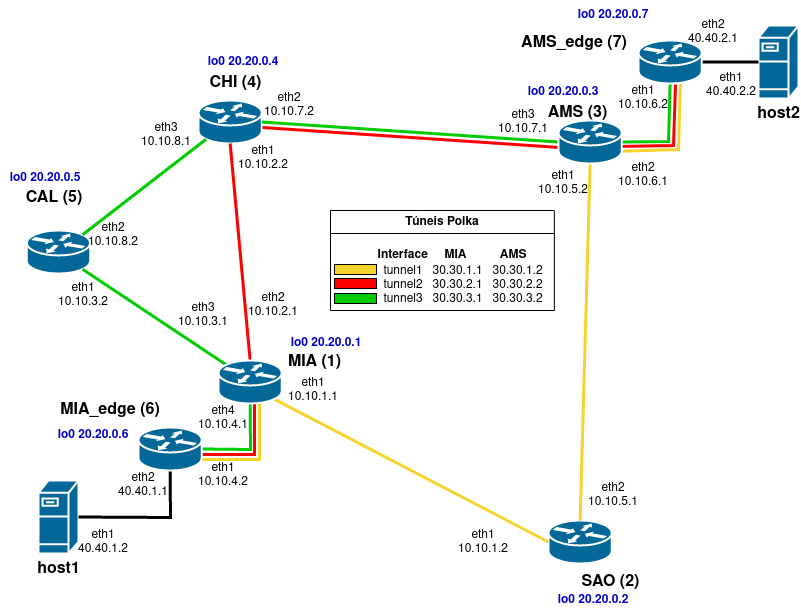
Before: artigo/test3/topologia3.png, a diagram exported from draw.io (domingosparaiso/artigo-polka). Source tidied: cells renumbered, new cells last; positions are measured from the earlier drawing's top-left corner, leaving out a move shared by most shapes.
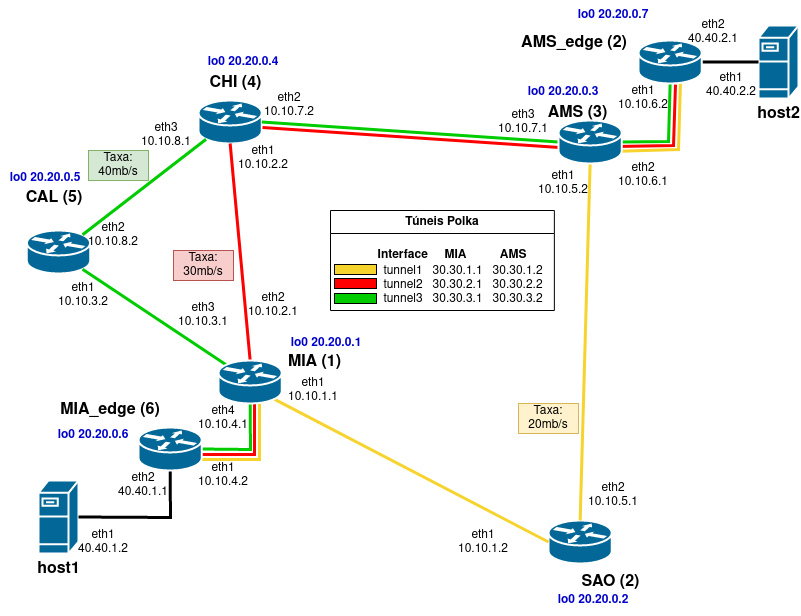
The same file after the commit.

Change to the diagram source:
```diff
@@ -59,7 +59,7 @@
     <mxCell id="16" style="endArrow=none;html=1;rounded=0;entryX=1;entryY=0.5;entryDx=0;entryDy=0;entryPerimeter=0;exitX=0;exitY=0.5;exitDx=0;exitDy=0;exitPerimeter=0;strokeWidth=3;" parent="1" edge="1" source="14" target="57">
       <mxGeometry relative="1" as="geometry" />
     </mxCell>
-    <mxCell id="17" value="AMS_edge (7)" style="text;html=1;strokeColor=none;fillColor=none;align=center;verticalAlign=middle;whiteSpace=wrap;rounded=0;fontStyle=1;fontSize=16;" parent="1" vertex="1">
+    <mxCell id="17" value="AMS_edge (2)" style="text;html=1;strokeColor=none;fillColor=none;align=center;verticalAlign=middle;whiteSpace=wrap;rounded=0;fontStyle=1;fontSize=16;" parent="1" vertex="1">
       <mxGeometry x="510" y="25" width="128" height="35" as="geometry" />
     </mxCell>
     <mxCell id="18" value="AMS (3)" style="text;html=1;strokeColor=none;fillColor=none;align=center;verticalAlign=middle;whiteSpace=wrap;rounded=0;fontStyle=1;fontSize=16;" parent="1" vertex="1">
@@ -232,5 +232,14 @@
     <mxCell id="65" style="rounded=0;whiteSpace=wrap;html=1;fillColor=#00CC00;" parent="1" vertex="1">
       <mxGeometry x="334" y="293" width="42" height="10" as="geometry" />
     </mxCell>
+    <mxCell id="66" value="Taxa: 20mb/s" style="text;html=1;strokeColor=#d6b656;fillColor=#fff2cc;align=center;verticalAlign=middle;whiteSpace=wrap;rounded=0;" parent="1" vertex="1">
+      <mxGeometry x="518" y="403" width="60" height="30" as="geometry" />
+    </mxCell>
+    <mxCell id="67" value="Taxa: 30mb/s" style="text;html=1;strokeColor=#b85450;fillColor=#f8cecc;align=center;verticalAlign=middle;whiteSpace=wrap;rounded=0;" parent="1" vertex="1">
+      <mxGeometry x="173" y="250" width="60" height="30" as="geometry" />
+    </mxCell>
+    <mxCell id="68" value="Taxa: 40mb/s" style="text;html=1;strokeColor=#82b366;fillColor=#d5e8d4;align=center;verticalAlign=middle;whiteSpace=wrap;rounded=0;" parent="1" vertex="1">
+      <mxGeometry x="88" y="150" width="60" height="30" as="geometry" />
+    </mxCell>
   </root>
 </mxGraphModel>
```
